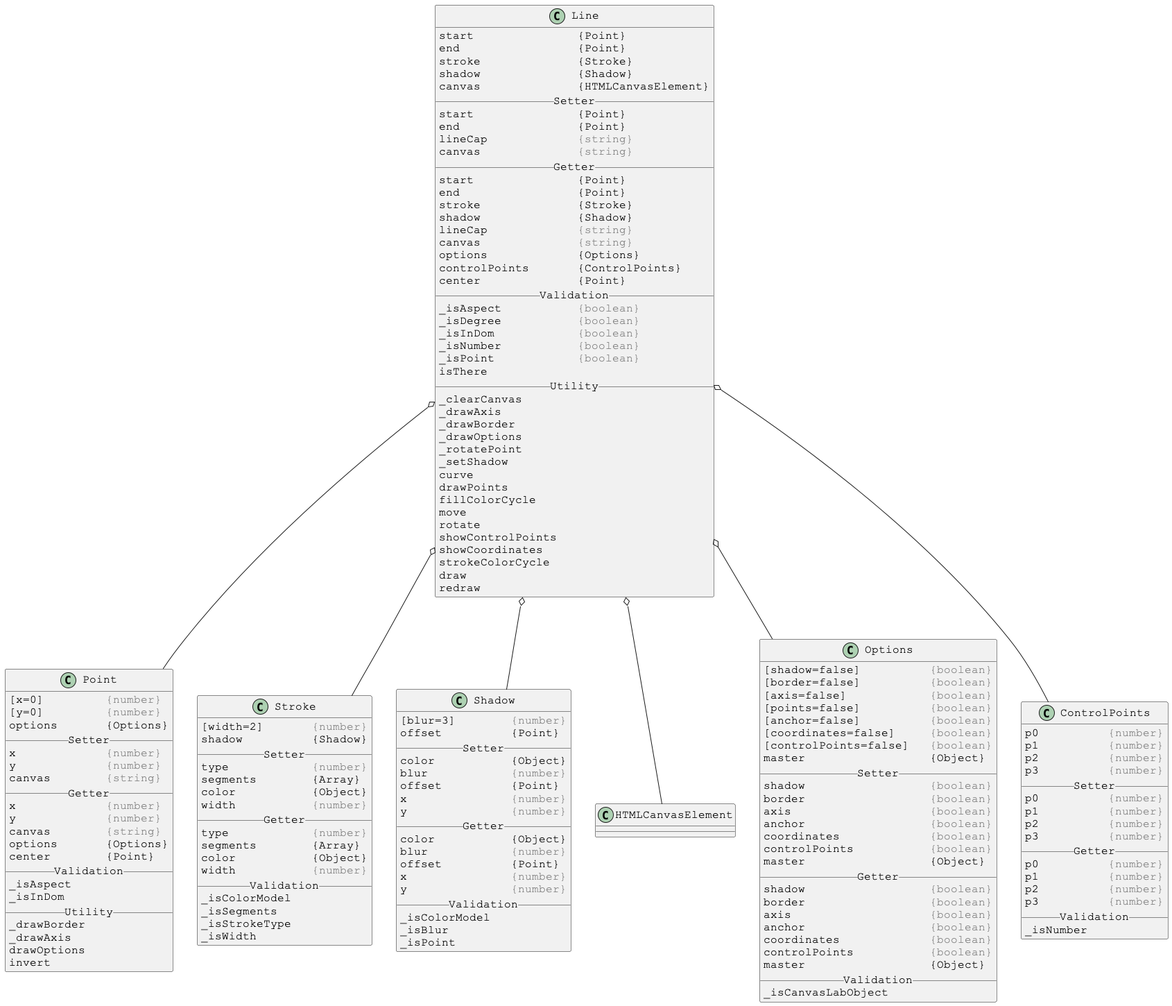
This is docs/PlantUml/images/linked/Line-linked.png from Justin-Byrne/canvasLab, a PlantUML export, as it was before one commit.
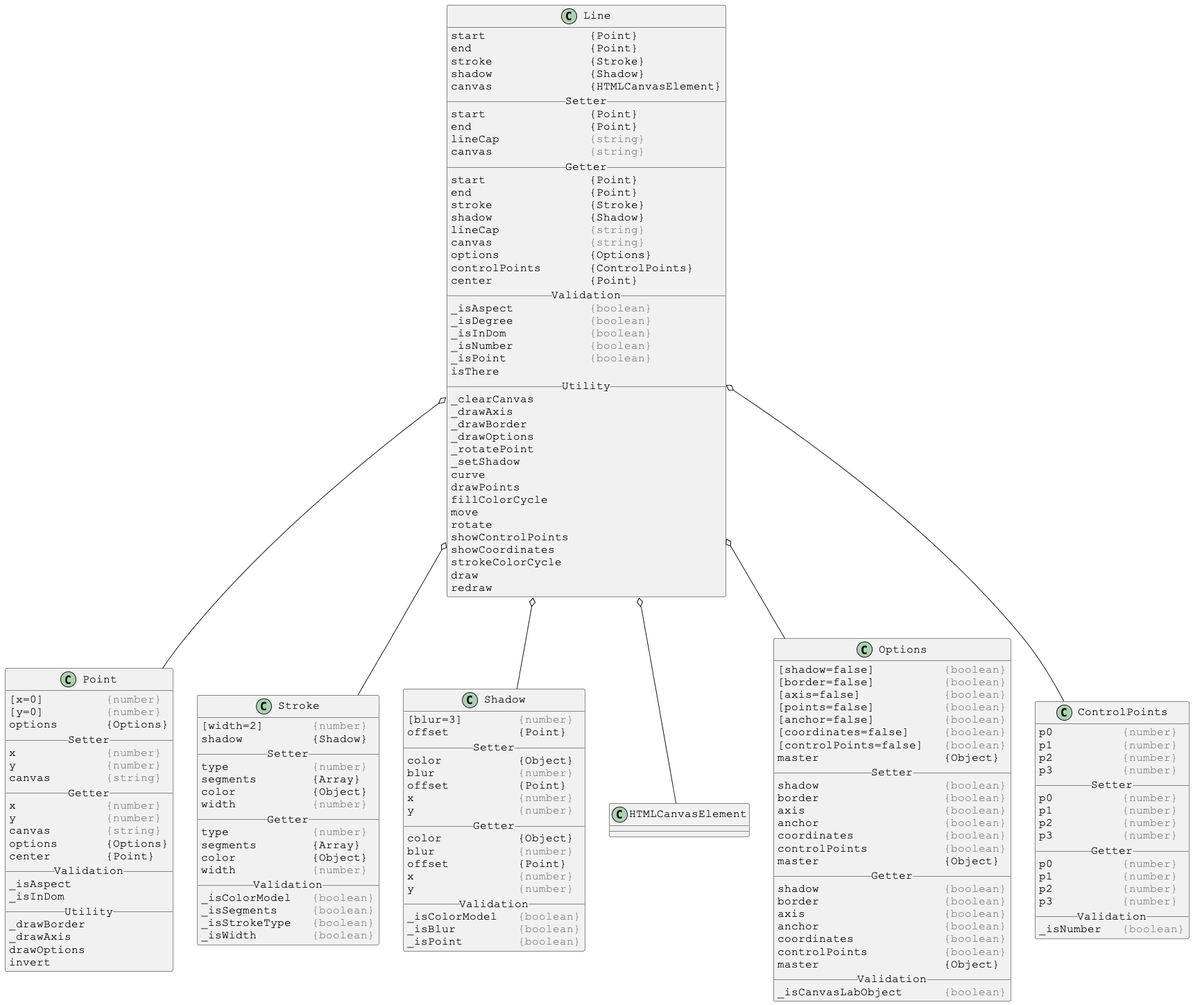
After the change.

Diff of the diagram source:
```diff
@@ -105,10 +105,10 @@
 color           {Object}
 width           <color:gray>{number}</color>
 __ Validation __
-_isColorModel
-_isSegments
-_isStrokeType
-_isWidth
+_isColorModel   <color:gray>{boolean}</color>
+_isSegments     <color:gray>{boolean}</color>
+_isStrokeType   <color:gray>{boolean}</color>
+_isWidth        <color:gray>{boolean}</color>
 }
 
 
@@ -132,9 +132,9 @@
 x               <color:gray>{number}</color>
 y               <color:gray>{number}</color>
 __ Validation __
-_isColorModel
-_isBlur
-_isPoint
+_isColorModel   <color:gray>{boolean}</color>
+_isBlur         <color:gray>{boolean}</color>
+_isPoint        <color:gray>{boolean}</color>
 }
 
 
@@ -168,7 +168,7 @@
 controlPoints           <color:gray>{boolean}</color>
 master                  {Object}
 __ Validation __
-_isCanvasLabObject
+_isCanvasLabObject      <color:gray>{boolean}</color>
 }
 
 
@@ -192,7 +192,7 @@
 p2          <color:gray>{number}</color>
 p3          <color:gray>{number}</color>
 __ Validation __
-_isNumber
+_isNumber   <color:gray>{boolean}</color>
 }
 
 @enduml
```
